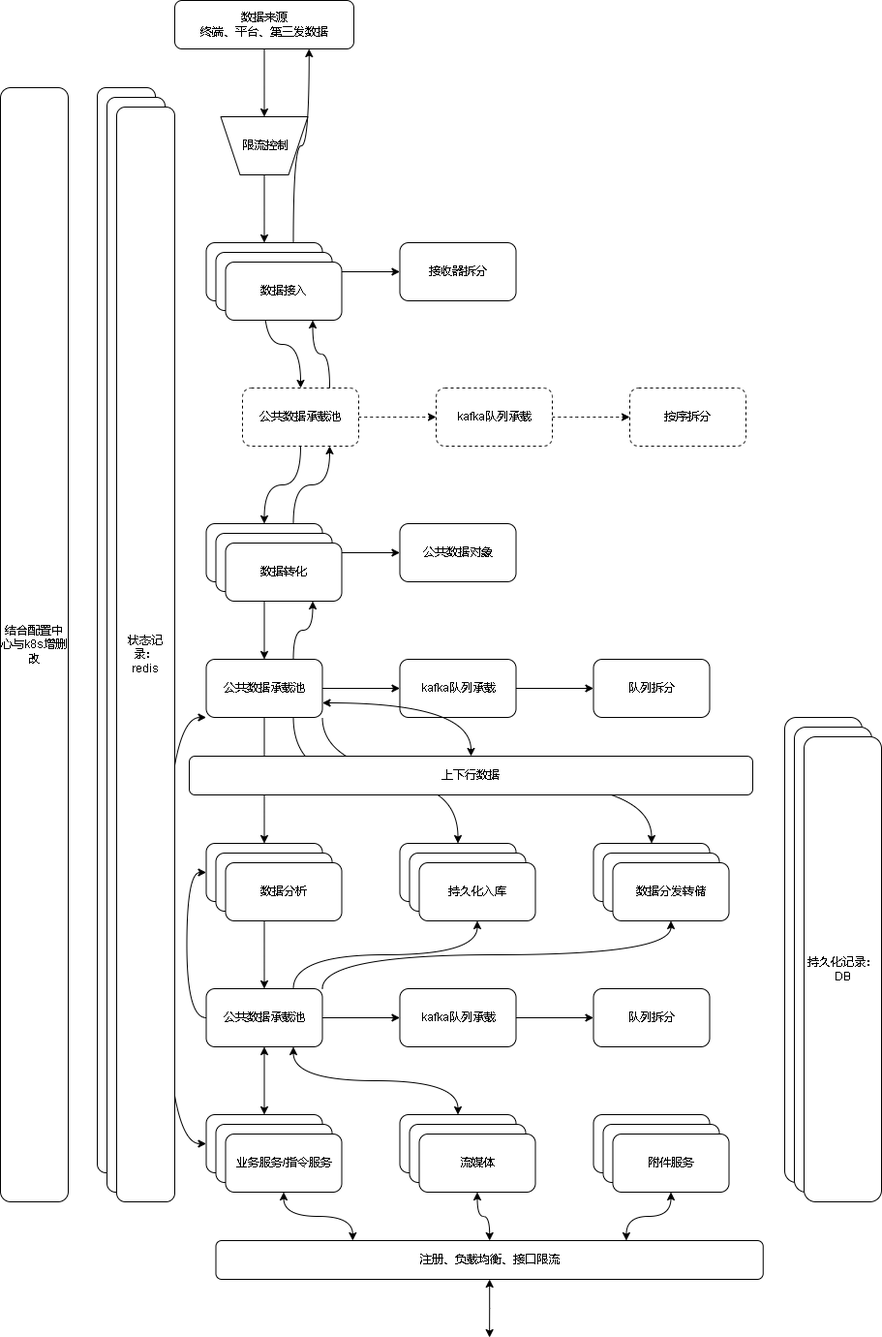
Earlier version of the draw.io export 808后台架构.drawio.png (xktder/draw). Source tidied: cells renumbered, new cells last; positions are measured from the earlier drawing's top-left corner, leaving out a move shared by most shapes.
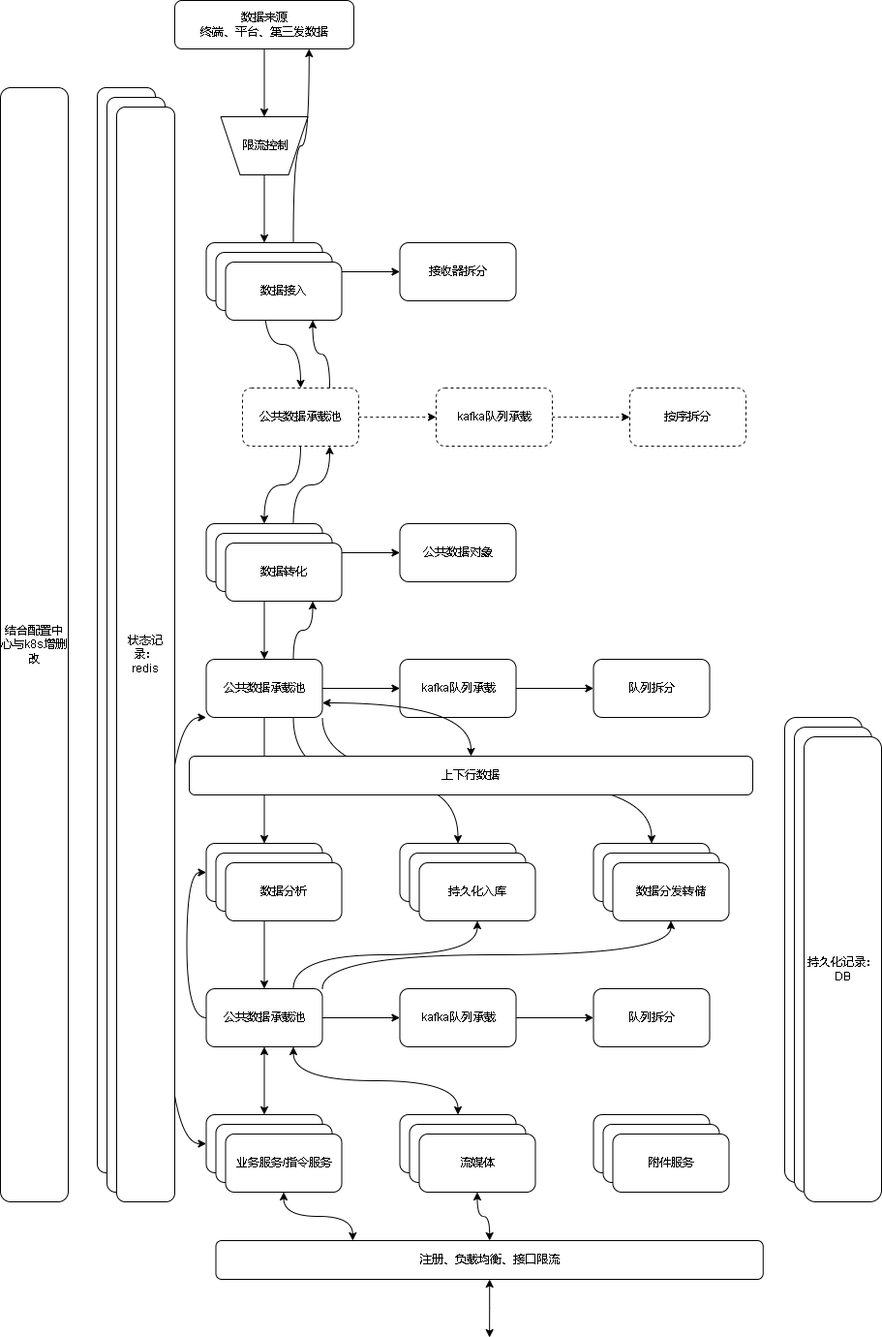
The same diagram one commit later.

Commit message:
更新808后台架构.drawio.png

The edit, as a diff of the source:
```diff
@@ -237,9 +237,6 @@
     <mxCell id="77" style="edgeStyle=orthogonalEdgeStyle;curved=1;rounded=0;jettySize=auto;html=1;startArrow=classic;startFill=1;" parent="1" edge="1" source="80" target="72">
       <mxGeometry relative="1" as="geometry" />
     </mxCell>
-    <mxCell id="78" style="edgeStyle=orthogonalEdgeStyle;curved=1;rounded=0;jettySize=auto;html=1;exitX=0.75;exitY=0;exitDx=0;exitDy=0;startArrow=classic;startFill=1;entryX=0.5;entryY=1;entryDx=0;entryDy=0;" parent="1" edge="1" source="80" target="75">
-      <mxGeometry relative="1" as="geometry" />
-    </mxCell>
     <mxCell id="79" style="edgeStyle=orthogonalEdgeStyle;curved=1;rounded=0;jettySize=auto;html=1;exitX=0.25;exitY=0;exitDx=0;exitDy=0;entryX=0.5;entryY=1;entryDx=0;entryDy=0;startArrow=classic;startFill=1;" parent="1" edge="1" source="80" target="68">
       <mxGeometry relative="1" as="geometry" />
     </mxCell>
```
